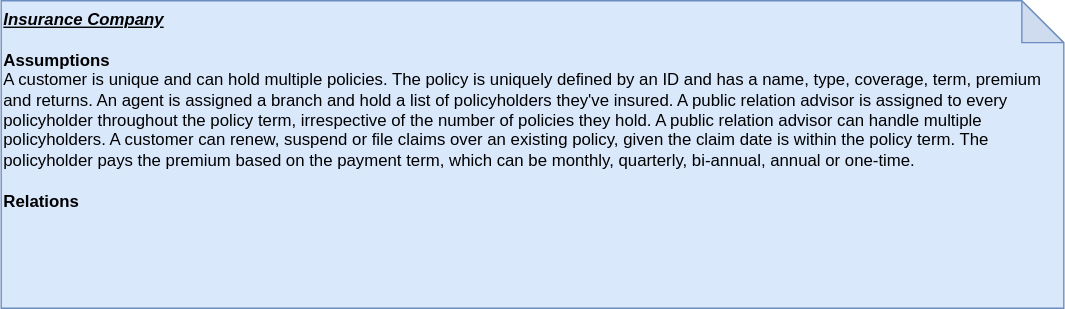
Earlier version of the draw.io export Insurance_company.drawio.svg (supriya-kotturu/entity-relationship-diagrams). Source tidied: cells renumbered, new cells last; positions are measured from the earlier drawing's top-left corner, leaving out a move shared by most shapes. Source of this version:
```xml
<mxGraphModel>
  <root>
    <mxCell id="0" />
    <mxCell id="1" parent="0" />
    <mxCell id="2" value="&lt;meta charset=&quot;utf-8&quot;&gt;&lt;b style=&quot;forced-color-adjust: none;&quot;&gt;&lt;i style=&quot;forced-color-adjust: none;&quot;&gt;&lt;u style=&quot;forced-color-adjust: none;&quot;&gt;Insurance Company&lt;/u&gt;&lt;/i&gt;&lt;/b&gt;&lt;div style=&quot;forced-color-adjust: none;&quot;&gt;&lt;br style=&quot;forced-color-adjust: none;&quot;&gt;&lt;/div&gt;&lt;div style=&quot;forced-color-adjust: none;&quot;&gt;&lt;b style=&quot;forced-color-adjust: none;&quot;&gt;Assumptions&lt;/b&gt;&lt;/div&gt;&lt;div style=&quot;forced-color-adjust: none;&quot;&gt;A customer is unique and can hold multiple policies. The policy is uniquely defined by an ID and has a name, type, coverage, term, premium and returns. An agent is assigned a branch and hold a list of policyholders they've insured. A public relation advisor is assigned to every policyholder throughout the policy term, irrespective of the number of policies they hold. A public relation advisor can handle multiple policyholders. A customer can renew, suspend or file claims over an existing policy, given the claim date is within the policy term. The policyholder pays the premium based on the payment term, which can be monthly, quarterly, bi-annual, annual or one-time.&amp;nbsp;&lt;/div&gt;&lt;div style=&quot;forced-color-adjust: none;&quot;&gt;&lt;br style=&quot;forced-color-adjust: none;&quot;&gt;&lt;/div&gt;&lt;div style=&quot;forced-color-adjust: none;&quot;&gt;&lt;b style=&quot;forced-color-adjust: none;&quot;&gt;Relations&lt;/b&gt;&lt;/div&gt;&lt;div style=&quot;forced-color-adjust: none;&quot;&gt;&lt;br style=&quot;forced-color-adjust: none; color: rgb(0, 0, 0); font-family: Helvetica; font-size: 12px; font-style: normal; font-variant-ligatures: normal; font-variant-caps: normal; font-weight: 400; letter-spacing: normal; orphans: 2; text-align: left; text-indent: 0px; text-transform: none; widows: 2; word-spacing: 0px; -webkit-text-stroke-width: 0px; white-space: normal; text-decoration-thickness: initial; text-decoration-style: initial; text-decoration-color: initial; background-color: rgb(251, 251, 251);&quot;&gt;&lt;/div&gt;" style="shape=note;whiteSpace=wrap;html=1;backgroundOutline=1;darkOpacity=0.05;align=left;verticalAlign=top;fillColor=#dae8fc;strokeColor=#6c8ebf;" parent="1" vertex="1">
      <mxGeometry width="760" height="220" as="geometry" />
    </mxCell>
  </root>
</mxGraphModel>
```
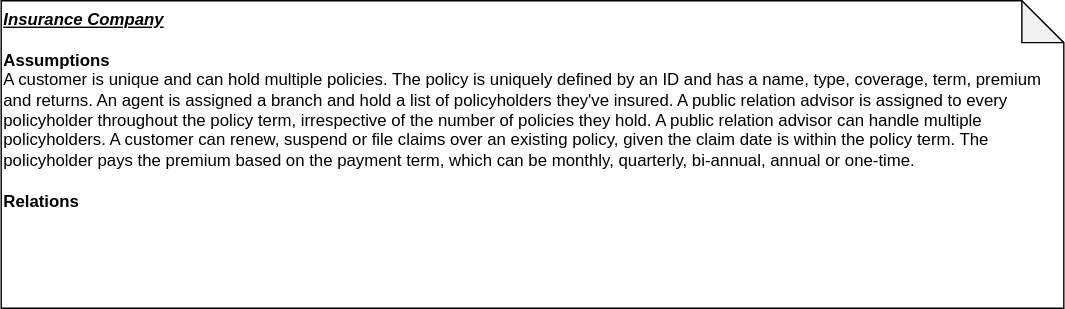
After the commit.

Commit message:
update tourist entities

Diff of the diagram source:
```diff
@@ -2,7 +2,7 @@
   <root>
     <mxCell id="0" />
     <mxCell id="1" parent="0" />
-    <mxCell id="2" value="&lt;meta charset=&quot;utf-8&quot;&gt;&lt;b style=&quot;forced-color-adjust: none;&quot;&gt;&lt;i style=&quot;forced-color-adjust: none;&quot;&gt;&lt;u style=&quot;forced-color-adjust: none;&quot;&gt;Insurance Company&lt;/u&gt;&lt;/i&gt;&lt;/b&gt;&lt;div style=&quot;forced-color-adjust: none;&quot;&gt;&lt;br style=&quot;forced-color-adjust: none;&quot;&gt;&lt;/div&gt;&lt;div style=&quot;forced-color-adjust: none;&quot;&gt;&lt;b style=&quot;forced-color-adjust: none;&quot;&gt;Assumptions&lt;/b&gt;&lt;/div&gt;&lt;div style=&quot;forced-color-adjust: none;&quot;&gt;A customer is unique and can hold multiple policies. The policy is uniquely defined by an ID and has a name, type, coverage, term, premium and returns. An agent is assigned a branch and hold a list of policyholders they've insured. A public relation advisor is assigned to every policyholder throughout the policy term, irrespective of the number of policies they hold. A public relation advisor can handle multiple policyholders. A customer can renew, suspend or file claims over an existing policy, given the claim date is within the policy term. The policyholder pays the premium based on the payment term, which can be monthly, quarterly, bi-annual, annual or one-time.&amp;nbsp;&lt;/div&gt;&lt;div style=&quot;forced-color-adjust: none;&quot;&gt;&lt;br style=&quot;forced-color-adjust: none;&quot;&gt;&lt;/div&gt;&lt;div style=&quot;forced-color-adjust: none;&quot;&gt;&lt;b style=&quot;forced-color-adjust: none;&quot;&gt;Relations&lt;/b&gt;&lt;/div&gt;&lt;div style=&quot;forced-color-adjust: none;&quot;&gt;&lt;br style=&quot;forced-color-adjust: none; color: rgb(0, 0, 0); font-family: Helvetica; font-size: 12px; font-style: normal; font-variant-ligatures: normal; font-variant-caps: normal; font-weight: 400; letter-spacing: normal; orphans: 2; text-align: left; text-indent: 0px; text-transform: none; widows: 2; word-spacing: 0px; -webkit-text-stroke-width: 0px; white-space: normal; text-decoration-thickness: initial; text-decoration-style: initial; text-decoration-color: initial; background-color: rgb(251, 251, 251);&quot;&gt;&lt;/div&gt;" style="shape=note;whiteSpace=wrap;html=1;backgroundOutline=1;darkOpacity=0.05;align=left;verticalAlign=top;fillColor=#dae8fc;strokeColor=#6c8ebf;" parent="1" vertex="1">
+    <mxCell id="2" value="&lt;meta charset=&quot;utf-8&quot;&gt;&lt;b style=&quot;forced-color-adjust: none;&quot;&gt;&lt;i style=&quot;forced-color-adjust: none;&quot;&gt;&lt;u style=&quot;forced-color-adjust: none;&quot;&gt;Insurance Company&lt;/u&gt;&lt;/i&gt;&lt;/b&gt;&lt;div style=&quot;forced-color-adjust: none;&quot;&gt;&lt;br style=&quot;forced-color-adjust: none;&quot;&gt;&lt;/div&gt;&lt;div style=&quot;forced-color-adjust: none;&quot;&gt;&lt;b style=&quot;forced-color-adjust: none;&quot;&gt;Assumptions&lt;/b&gt;&lt;/div&gt;&lt;div style=&quot;forced-color-adjust: none;&quot;&gt;A customer is unique and can hold multiple policies. The policy is uniquely defined by an ID and has a name, type, coverage, term, premium and returns. An agent is assigned a branch and hold a list of policyholders they've insured. A public relation advisor is assigned to every policyholder throughout the policy term, irrespective of the number of policies they hold. A public relation advisor can handle multiple policyholders. A customer can renew, suspend or file claims over an existing policy, given the claim date is within the policy term. The policyholder pays the premium based on the payment term, which can be monthly, quarterly, bi-annual, annual or one-time.&amp;nbsp;&lt;/div&gt;&lt;div style=&quot;forced-color-adjust: none;&quot;&gt;&lt;br style=&quot;forced-color-adjust: none;&quot;&gt;&lt;/div&gt;&lt;div style=&quot;forced-color-adjust: none;&quot;&gt;&lt;b style=&quot;forced-color-adjust: none;&quot;&gt;Relations&lt;/b&gt;&lt;/div&gt;&lt;div style=&quot;forced-color-adjust: none;&quot;&gt;&lt;br style=&quot;forced-color-adjust: none; color: rgb(0, 0, 0); font-family: Helvetica; font-size: 12px; font-style: normal; font-variant-ligatures: normal; font-variant-caps: normal; font-weight: 400; letter-spacing: normal; orphans: 2; text-align: left; text-indent: 0px; text-transform: none; widows: 2; word-spacing: 0px; -webkit-text-stroke-width: 0px; white-space: normal; text-decoration-thickness: initial; text-decoration-style: initial; text-decoration-color: initial; background-color: rgb(251, 251, 251);&quot;&gt;&lt;/div&gt;" style="shape=note;whiteSpace=wrap;html=1;backgroundOutline=1;darkOpacity=0.05;align=left;verticalAlign=top;" parent="1" vertex="1">
       <mxGeometry width="760" height="220" as="geometry" />
     </mxCell>
   </root>
```
